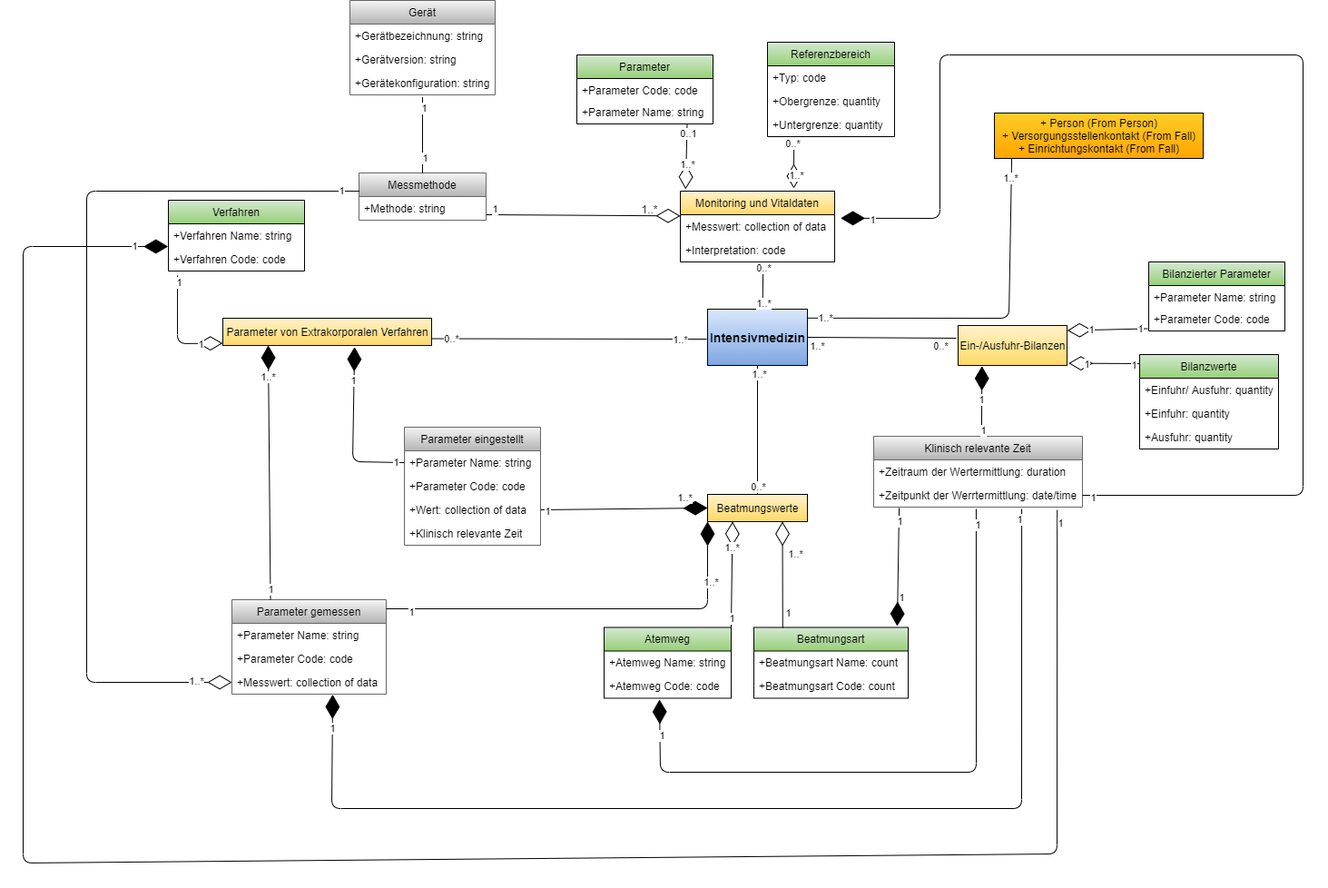
Earlier version of the draw.io export Image/UML.png (medizininformatik-initiative/kerndatensatzmodul-intensivmedizin). Source tidied: cells renumbered, new cells last; positions are measured from the earlier drawing's top-left corner, leaving out a move shared by most shapes.
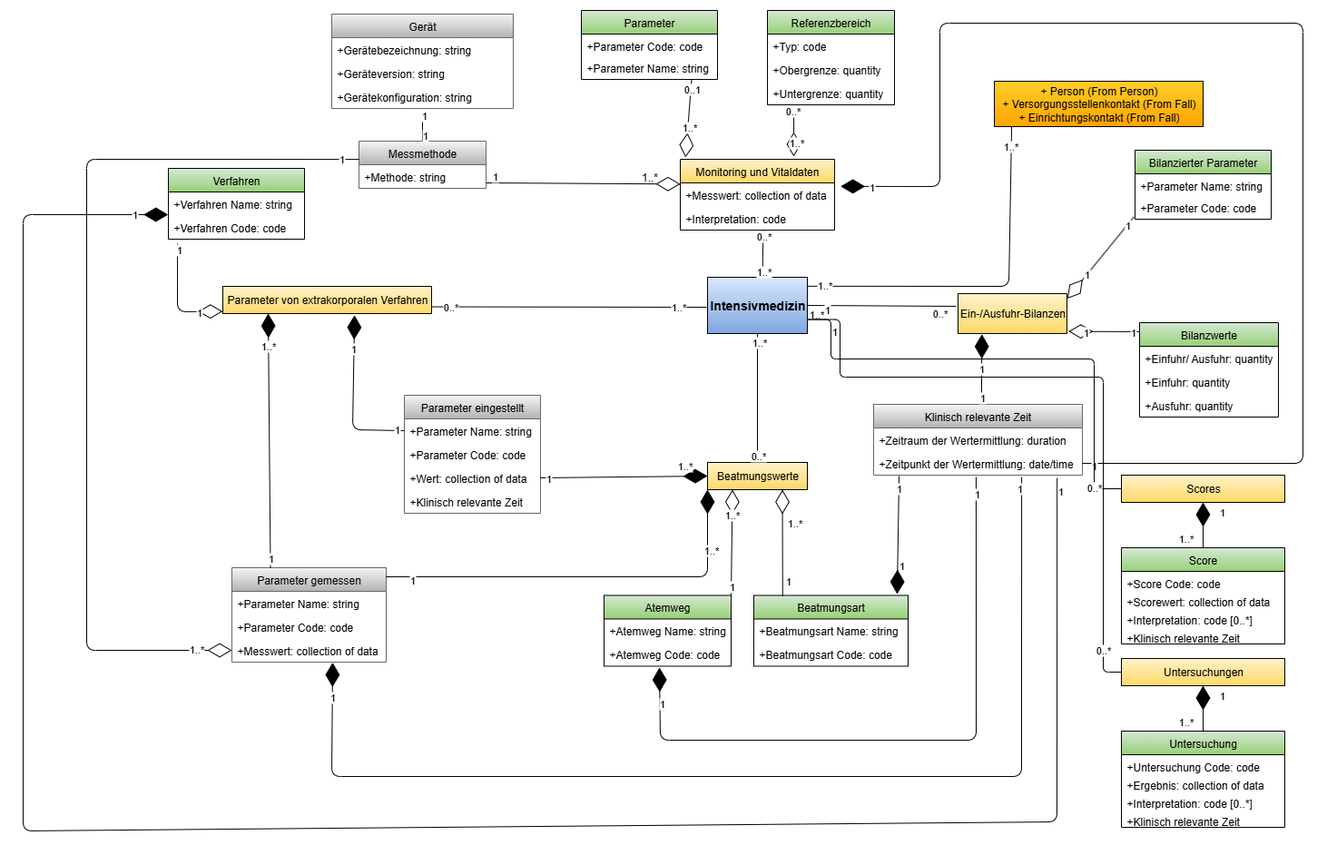
After the commit.

Commit message:
UML und IG

The edit, as a diff of the source:
```diff
@@ -15,7 +15,7 @@
       <mxGeometry y="52" width="170" height="26" as="geometry" />
     </mxCell>
     <mxCell id="6" value="Parameter" style="swimlane;fontStyle=0;horizontal=1;startSize=26;fillColor=#d5e8d4;gradientColor=#97d077;" parent="1" vertex="1">
-      <mxGeometry x="610" y="60" width="150" height="76" as="geometry" />
+      <mxGeometry x="615" y="46" width="150" height="76" as="geometry" />
     </mxCell>
     <mxCell id="7" value="+Parameter Code: code" style="text;strokeColor=none;fillColor=none;align=left;verticalAlign=top;spacingLeft=4;spacingRight=4;overflow=hidden;" parent="6" vertex="1">
       <mxGeometry y="26" width="150" height="24" as="geometry" />
@@ -29,7 +29,7 @@
     <mxCell id="10" value="+Zeitraum der Wertermittlung: duration" style="text;strokeColor=none;fillColor=none;align=left;verticalAlign=top;spacingLeft=4;spacingRight=4;overflow=hidden;" parent="9" vertex="1">
       <mxGeometry y="26" width="230" height="26" as="geometry" />
     </mxCell>
-    <mxCell id="11" value="+Zeitpunkt der Werrtermittlung: date/time" style="text;strokeColor=none;fillColor=none;align=left;verticalAlign=top;spacingLeft=4;spacingRight=4;overflow=hidden;points=[[0,0.5],[1,0.5]];portConstraint=eastwest;" parent="9" vertex="1">
+    <mxCell id="11" value="+Zeitpunkt der Wertermittlung: date/time" style="text;strokeColor=none;fillColor=none;align=left;verticalAlign=top;spacingLeft=4;spacingRight=4;overflow=hidden;points=[[0,0.5],[1,0.5]];portConstraint=eastwest;" parent="9" vertex="1">
       <mxGeometry y="52" width="230" height="26" as="geometry" />
     </mxCell>
     <mxCell id="12" value="Referenzbereich" style="swimlane;fontStyle=0;horizontal=1;startSize=26;fillColor=#d5e8d4;gradientColor=#97d077;" parent="1" vertex="1">
@@ -47,23 +47,23 @@
     <mxCell id="16" value="Messmethode" style="swimlane;fontStyle=0;horizontal=1;startSize=26;fillColor=#f5f5f5;strokeColor=#666666;gradientColor=#b3b3b3;" parent="1" vertex="1">
       <mxGeometry x="370" y="190" width="140" height="52" as="geometry" />
     </mxCell>
-    <mxCell id="17" value="+Methode: string " style="text;strokeColor=none;fillColor=none;align=left;verticalAlign=top;spacingLeft=4;spacingRight=4;overflow=hidden;" parent="16" vertex="1">
+    <mxCell id="17" value="+Methode: string" style="text;strokeColor=none;fillColor=none;align=left;verticalAlign=top;spacingLeft=4;spacingRight=4;overflow=hidden;" parent="16" vertex="1">
       <mxGeometry y="26" width="140" height="26" as="geometry" />
     </mxCell>
     <mxCell id="18" value="Gerät" style="swimlane;fontStyle=0;horizontal=1;startSize=26;fillColor=#f5f5f5;gradientColor=#b3b3b3;strokeColor=#666666;" parent="1" vertex="1">
-      <mxGeometry x="360" width="160" height="104" as="geometry" />
+      <mxGeometry x="340" y="50" width="200" height="104" as="geometry" />
     </mxCell>
-    <mxCell id="19" value="+Gerätbezeichnung: string" style="text;strokeColor=none;fillColor=none;align=left;verticalAlign=top;spacingLeft=4;spacingRight=4;overflow=hidden;" parent="18" vertex="1">
-      <mxGeometry y="26" width="160" height="26" as="geometry" />
+    <mxCell id="19" value="+Gerätebezeichnung: string" style="text;strokeColor=none;fillColor=none;align=left;verticalAlign=top;spacingLeft=4;spacingRight=4;overflow=hidden;" parent="18" vertex="1">
+      <mxGeometry y="26" width="200" height="26" as="geometry" />
     </mxCell>
-    <mxCell id="20" value="+Gerätversion: string" style="text;strokeColor=none;fillColor=none;align=left;verticalAlign=top;spacingLeft=4;spacingRight=4;overflow=hidden;" parent="18" vertex="1">
-      <mxGeometry y="52" width="160" height="26" as="geometry" />
+    <mxCell id="20" value="+Geräteversion: string" style="text;strokeColor=none;fillColor=none;align=left;verticalAlign=top;spacingLeft=4;spacingRight=4;overflow=hidden;" parent="18" vertex="1">
+      <mxGeometry y="52" width="200" height="26" as="geometry" />
     </mxCell>
     <mxCell id="21" value="+Gerätekonfiguration: string" style="text;strokeColor=none;fillColor=none;align=left;verticalAlign=top;spacingLeft=4;spacingRight=4;overflow=hidden;points=[[0,0.5],[1,0.5]];portConstraint=eastwest;" parent="18" vertex="1">
-      <mxGeometry y="78" width="160" height="26" as="geometry" />
+      <mxGeometry y="78" width="200" height="26" as="geometry" />
     </mxCell>
     <mxCell id="22" value="Bilanzierter Parameter" style="swimlane;fontStyle=0;horizontal=1;startSize=26;fillColor=#d5e8d4;gradientColor=#97d077;" parent="1" vertex="1">
-      <mxGeometry x="1240" y="288" width="150" height="76" as="geometry" />
+      <mxGeometry x="1225" y="200" width="150" height="76" as="geometry" />
     </mxCell>
     <mxCell id="23" value="+Parameter Name: string" style="text;strokeColor=none;fillColor=none;align=left;verticalAlign=top;spacingLeft=4;spacingRight=4;overflow=hidden;" parent="22" vertex="1">
       <mxGeometry y="26" width="150" height="24" as="geometry" />
@@ -98,10 +98,10 @@
     <mxCell id="33" value="Beatmungsart" style="swimlane;fontStyle=0;horizontal=1;startSize=26;fillColor=#d5e8d4;gradientColor=#97d077;" parent="1" vertex="1">
       <mxGeometry x="805" y="690.5" width="170" height="78" as="geometry" />
     </mxCell>
-    <mxCell id="34" value="+Beatmungsart Name: count" style="text;strokeColor=none;fillColor=none;align=left;verticalAlign=top;spacingLeft=4;spacingRight=4;overflow=hidden;" parent="33" vertex="1">
+    <mxCell id="34" value="+Beatmungsart Name: string" style="text;strokeColor=none;fillColor=none;align=left;verticalAlign=top;spacingLeft=4;spacingRight=4;overflow=hidden;" parent="33" vertex="1">
       <mxGeometry y="26" width="170" height="26" as="geometry" />
     </mxCell>
-    <mxCell id="35" value="+Beatmungsart Code: count" style="text;strokeColor=none;fillColor=none;align=left;verticalAlign=top;spacingLeft=4;spacingRight=4;overflow=hidden;" parent="33" vertex="1">
+    <mxCell id="35" value="+Beatmungsart Code: code" style="text;strokeColor=none;fillColor=none;align=left;verticalAlign=top;spacingLeft=4;spacingRight=4;overflow=hidden;" parent="33" vertex="1">
       <mxGeometry y="52" width="170" height="26" as="geometry" />
     </mxCell>
     <mxCell id="36" value="Verfahren" style="swimlane;fontStyle=0;horizontal=1;startSize=26;fillColor=#d5e8d4;gradientColor=#97d077;" parent="1" vertex="1">
@@ -436,7 +436,7 @@
     <mxCell id="121" value="1" style="edgeLabel;html=1;align=center;verticalAlign=middle;" parent="119" vertex="1">
       <mxGeometry x="0.51" y="4" relative="1" as="geometry" />
     </mxCell>
-    <mxCell id="122" value="Parameter von Extrakorporalen Verfahren" style="html=1;fillColor=#fff2cc;gradientColor=#ffd966;" parent="1" vertex="1">
+    <mxCell id="122" value="Parameter von extrakorporalen Verfahren" style="html=1;fillColor=#fff2cc;gradientColor=#ffd966;" parent="1" vertex="1">
       <mxGeometry x="220" y="350" width="230" height="30" as="geometry" />
     </mxCell>
     <mxCell id="123" value="+ Person (From Person)&lt;br&gt;+ Versorgungsstellenkontakt (From Fall)&lt;br&gt;+ Einrichtungskontakt (From Fall)" style="html=1;strokeWidth=1;gradientColor=#ffa500;fillColor=#ffcd28;" parent="1" vertex="1">
@@ -445,5 +445,101 @@
     <mxCell id="124" value="Ein-/Ausfuhr-Bilanzen" style="html=1;fillColor=#fff2cc;gradientColor=#ffd966;" parent="1" vertex="1">
       <mxGeometry x="1030" y="358" width="120" height="44" as="geometry" />
     </mxCell>
+    <mxCell id="125" value="Untersuchungen" style="html=1;fillColor=#fff2cc;gradientColor=#ffd966;" parent="1" vertex="1">
+      <mxGeometry x="1210" y="760" width="180" height="30" as="geometry" />
+    </mxCell>
+    <mxCell id="126" value="Untersuchung" style="swimlane;fontStyle=0;horizontal=1;startSize=26;fillColor=#d5e8d4;gradientColor=#97d077;" parent="1" vertex="1">
+      <mxGeometry x="1210" y="840" width="180" height="106" as="geometry" />
+    </mxCell>
+    <mxCell id="127" value="+Untersuchung Code: code" style="text;strokeColor=none;fillColor=none;align=left;verticalAlign=top;spacingLeft=4;spacingRight=4;overflow=hidden;" parent="126" vertex="1">
+      <mxGeometry y="26" width="180" height="20" as="geometry" />
+    </mxCell>
+    <mxCell id="128" value="+Ergebnis: collection of data" style="text;strokeColor=none;fillColor=none;align=left;verticalAlign=top;spacingLeft=4;spacingRight=4;overflow=hidden;" parent="126" vertex="1">
+      <mxGeometry y="46" width="180" height="20" as="geometry" />
+    </mxCell>
+    <mxCell id="129" value="+Interpretation: code [0..*]" style="text;strokeColor=none;fillColor=none;align=left;verticalAlign=top;spacingLeft=4;spacingRight=4;overflow=hidden;" parent="126" vertex="1">
+      <mxGeometry y="66" width="180" height="20" as="geometry" />
+    </mxCell>
+    <mxCell id="130" value="+Klinisch relevante Zeit" style="text;strokeColor=none;fillColor=none;align=left;verticalAlign=top;spacingLeft=4;spacingRight=4;overflow=hidden;" parent="126" vertex="1">
+      <mxGeometry y="86" width="180" height="20" as="geometry" />
+    </mxCell>
+    <mxCell id="131" value="Scores" style="html=1;fillColor=#fff2cc;gradientColor=#ffd966;" parent="1" vertex="1">
+      <mxGeometry x="1210" y="558" width="180" height="30" as="geometry" />
+    </mxCell>
+    <mxCell id="132" value="Score" style="swimlane;fontStyle=0;horizontal=1;startSize=26;fillColor=#d5e8d4;gradientColor=#97d077;" parent="1" vertex="1">
+      <mxGeometry x="1210" y="638" width="180" height="106" as="geometry" />
+    </mxCell>
+    <mxCell id="133" value="+Score Code: code" style="text;strokeColor=none;fillColor=none;align=left;verticalAlign=top;spacingLeft=4;spacingRight=4;overflow=hidden;" parent="132" vertex="1">
+      <mxGeometry y="26" width="180" height="20" as="geometry" />
+    </mxCell>
+    <mxCell id="134" value="+Scorewert: collection of data" style="text;strokeColor=none;fillColor=none;align=left;verticalAlign=top;spacingLeft=4;spacingRight=4;overflow=hidden;" parent="132" vertex="1">
+      <mxGeometry y="46" width="180" height="20" as="geometry" />
+    </mxCell>
+    <mxCell id="135" value="+Interpretation: code [0..*]" style="text;strokeColor=none;fillColor=none;align=left;verticalAlign=top;spacingLeft=4;spacingRight=4;overflow=hidden;" parent="132" vertex="1">
+      <mxGeometry y="66" width="180" height="20" as="geometry" />
+    </mxCell>
+    <mxCell id="136" value="+Klinisch relevante Zeit" style="text;strokeColor=none;fillColor=none;align=left;verticalAlign=top;spacingLeft=4;spacingRight=4;overflow=hidden;" parent="132" vertex="1">
+      <mxGeometry y="86" width="180" height="20" as="geometry" />
+    </mxCell>
+    <mxCell id="137" style="edgeStyle=orthogonalEdgeStyle;rounded=1;arcSize=12;jettySize=auto;html=1;endArrow=none;exitPerimeter=1;entryPerimeter=1;exitX=1;exitY=0.75;exitDx=0;exitDy=0;entryX=0;entryY=0.5;entryDx=0;entryDy=0;" parent="1" edge="1" source="2" target="125">
+      <mxGeometry relative="1" as="geometry">
+        <Array as="points">
+          <mxPoint x="900" y="450" />
+          <mxPoint x="1190" y="450" />
+          <mxPoint x="1190" y="775" />
+        </Array>
+      </mxGeometry>
+    </mxCell>
+    <mxCell id="138" value="1" style="edgeLabel;html=1;align=center;verticalAlign=middle;labelBackgroundColor=#ffffff;" parent="137" vertex="1">
+      <mxGeometry x="-0.92" y="-1" relative="1" as="geometry">
+        <mxPoint y="12" as="offset" />
+      </mxGeometry>
+    </mxCell>
+    <mxCell id="139" value="0..*" style="edgeLabel;html=1;align=center;verticalAlign=middle;labelBackgroundColor=#ffffff;" parent="137" vertex="1">
+      <mxGeometry x="0.88" y="-1" relative="1" as="geometry" />
+    </mxCell>
+    <mxCell id="140" style="edgeStyle=orthogonalEdgeStyle;rounded=1;arcSize=12;jettySize=auto;html=1;endArrow=diamondThin;endFill=1;endSize=24;exitPerimeter=1;entryPerimeter=1;" parent="1" edge="1" source="126" target="125">
+      <mxGeometry relative="1" as="geometry" />
+    </mxCell>
+    <mxCell id="141" value="1..*" style="edgeLabel;html=1;align=center;verticalAlign=middle;labelBackgroundColor=#ffffff;" parent="140" vertex="1">
+      <mxGeometry x="-0.7" relative="1" as="geometry">
+        <mxPoint x="-20" as="offset" />
+      </mxGeometry>
+    </mxCell>
+    <mxCell id="142" value="1" style="edgeLabel;html=1;align=center;verticalAlign=middle;labelBackgroundColor=#ffffff;" parent="140" vertex="1">
+      <mxGeometry x="0.7" relative="1" as="geometry">
+        <mxPoint x="20" as="offset" />
+      </mxGeometry>
+    </mxCell>
+    <mxCell id="143" style="edgeStyle=orthogonalEdgeStyle;rounded=1;arcSize=12;jettySize=auto;html=1;endArrow=none;exitPerimeter=1;entryPerimeter=1;exitX=1;exitY=0.75;exitDx=0;exitDy=0;entryX=0;entryY=0.5;entryDx=0;entryDy=0;" parent="1" edge="1" source="2" target="131">
+      <mxGeometry relative="1" as="geometry">
+        <Array as="points">
+          <mxPoint x="890" y="430" />
+          <mxPoint x="1180" y="430" />
+          <mxPoint x="1180" y="573" />
+        </Array>
+      </mxGeometry>
+    </mxCell>
+    <mxCell id="144" value="1" style="edgeLabel;html=1;align=center;verticalAlign=middle;labelBackgroundColor=#ffffff;" parent="143" vertex="1">
+      <mxGeometry x="-0.92" y="-1" relative="1" as="geometry">
+        <mxPoint y="-12" as="offset" />
+      </mxGeometry>
+    </mxCell>
+    <mxCell id="145" value="0..*" style="edgeLabel;html=1;align=center;verticalAlign=middle;labelBackgroundColor=#ffffff;" parent="143" vertex="1">
+      <mxGeometry x="0.88" y="-1" relative="1" as="geometry" />
+    </mxCell>
+    <mxCell id="146" style="edgeStyle=orthogonalEdgeStyle;rounded=1;arcSize=12;jettySize=auto;html=1;endArrow=diamondThin;endFill=1;endSize=24;exitPerimeter=1;entryPerimeter=1;" parent="1" edge="1" source="132" target="131">
+      <mxGeometry relative="1" as="geometry" />
+    </mxCell>
+    <mxCell id="147" value="1..*" style="edgeLabel;html=1;align=center;verticalAlign=middle;labelBackgroundColor=#ffffff;" parent="146" vertex="1">
+      <mxGeometry x="-0.7" relative="1" as="geometry">
+        <mxPoint x="-20" as="offset" />
+      </mxGeometry>
+    </mxCell>
+    <mxCell id="148" value="1" style="edgeLabel;html=1;align=center;verticalAlign=middle;labelBackgroundColor=#ffffff;" parent="146" vertex="1">
+      <mxGeometry x="0.7" relative="1" as="geometry">
+        <mxPoint x="20" as="offset" />
+      </mxGeometry>
+    </mxCell>
   </root>
 </mxGraphModel>
```
